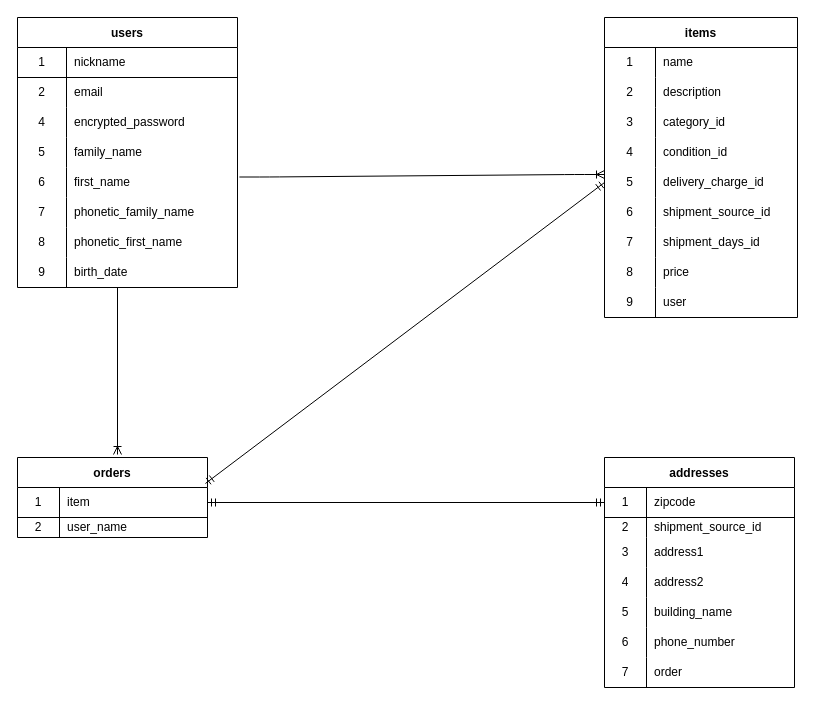
This is er.dio from thr3eisl4nd/furima-37293, a draw.io file, before an edit. Source tidied: cells renumbered, new cells numbered last; positions are measured from the earlier drawing's top-left corner, leaving out a move shared by most shapes. Both pictures are drawn from the tidied source at 100%, with x=0, y=0 at pixel (17, 17).
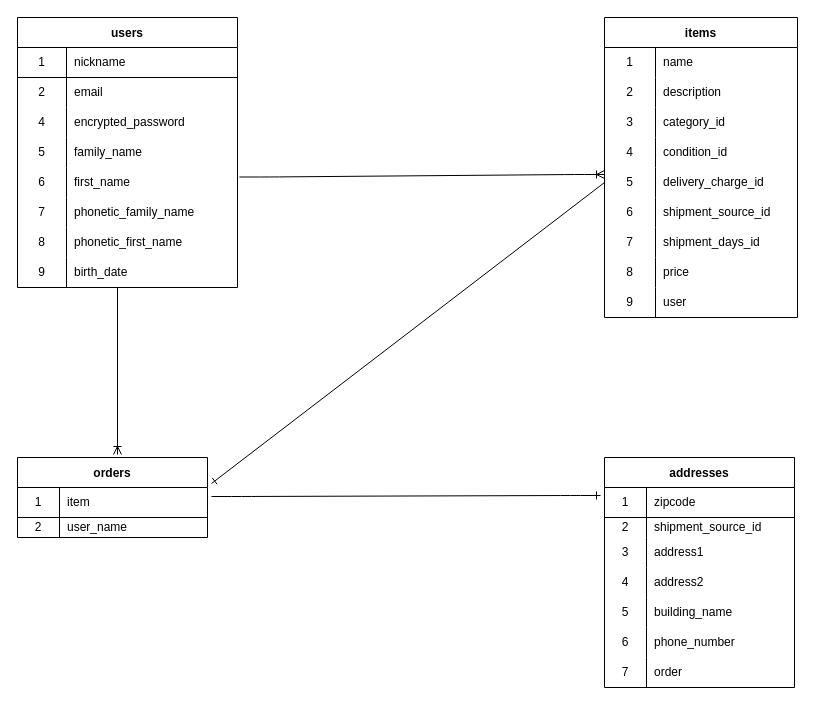
The same diagram, later.

Unchanged cells that the change refers to:
```xml
<mxCell id="40" style="shape=partialRectangle;html=1;whiteSpace=wrap;fillColor=none;top=0;left=0;bottom=0;right=0;points=[[0,0.5],[1,0.5]];portConstraint=eastwest;" parent="27" vertex="1">
  <mxGeometry y="150" width="193" height="30" as="geometry" />
</mxCell>
<mxCell id="56" style="shape=partialRectangle;html=1;whiteSpace=wrap;fillColor=none;top=0;left=0;bottom=1;right=0;points=[[0,0.5],[1,0.5]];portConstraint=eastwest;" parent="55" vertex="1">
  <mxGeometry y="30" width="190" height="30" as="geometry" />
</mxCell>
<mxCell id="63" style="shape=partialRectangle;html=1;whiteSpace=wrap;fillColor=none;top=0;left=0;bottom=1;right=0;points=[[0,0.5],[1,0.5]];portConstraint=eastwest;" parent="62" vertex="1">
  <mxGeometry y="30" width="190" height="30" as="geometry" />
</mxCell>
```

What changed in the source:
```diff
@@
-    <mxCell id="86" style="fontSize=12;html=1;endArrow=ERmandOne;startArrow=ERmandOne;entryX=0;entryY=0.5;entryDx=0;entryDy=0;exitX=1;exitY=0.5;exitDx=0;exitDy=0;" parent="1" edge="1" source="56" target="63">
+    <mxCell id="86" style="edgeStyle=entityRelationEdgeStyle;fontSize=12;html=1;endArrow=ERone;endFill=1;entryX=-0.021;entryY=0.267;entryDx=0;entryDy=0;entryPerimeter=0;exitX=1.021;exitY=0.3;exitDx=0;exitDy=0;exitPerimeter=0;" parent="1" edge="1" source="56" target="63">
       <mxGeometry relative="1" as="geometry" />
     </mxCell>
-    <mxCell id="87" style="fontSize=12;html=1;endArrow=ERmandOne;startArrow=ERmandOne;exitX=0.989;exitY=-0.133;exitDx=0;exitDy=0;entryX=0;entryY=0.5;entryDx=0;entryDy=0;exitPerimeter=0;" parent="1" edge="1" source="56" target="40">
-      <mxGeometry relative="1" as="geometry" />
-    </mxCell>
+    <mxCell id="88" style="fontSize=12;html=1;endArrow=ERone;endFill=1;exitX=0;exitY=0.5;exitDx=0;exitDy=0;" parent="1" edge="1" source="40">
+      <mxGeometry relative="1" as="geometry">
+        <mxPoint x="194" y="466" as="targetPoint" />
+      </mxGeometry>
+    </mxCell>
```
